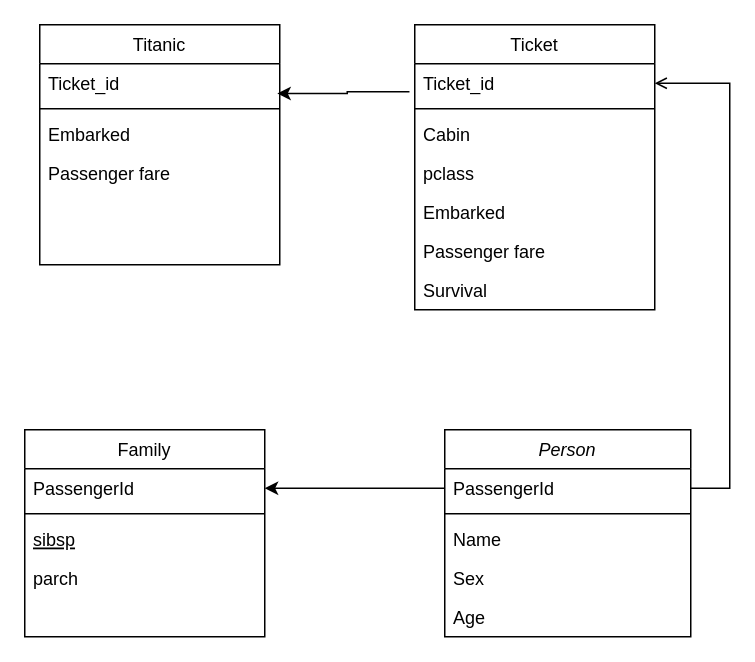
Above: Диаграмма без названия.drawio in Emili02/titanic (draw.io), before the change. Source tidied: cells renumbered, new cells numbered last; positions are measured from the earlier drawing's top-left corner, leaving out a move shared by most shapes. Both pictures are drawn from the tidied source at 150%, with x=0, y=0 at pixel (24, 24).
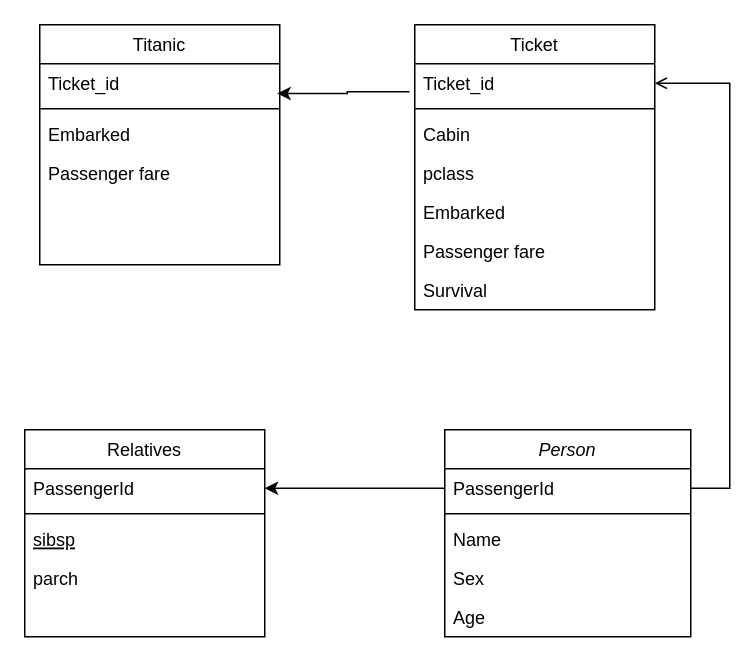
The same diagram, later.

Change to the diagram source:
```diff
@@
-    <mxCell id="8" value="Family" style="swimlane;fontStyle=0;align=center;verticalAlign=top;horizontal=1;startSize=26;rounded=0;shadow=0;strokeWidth=1;" parent="1" vertex="1">
+    <mxCell id="8" value="Relatives" style="swimlane;fontStyle=0;align=center;verticalAlign=top;horizontal=1;startSize=26;rounded=0;shadow=0;strokeWidth=1;" parent="1" vertex="1">
       <mxGeometry y="270" width="160" height="138" as="geometry" />
     </mxCell>
```
